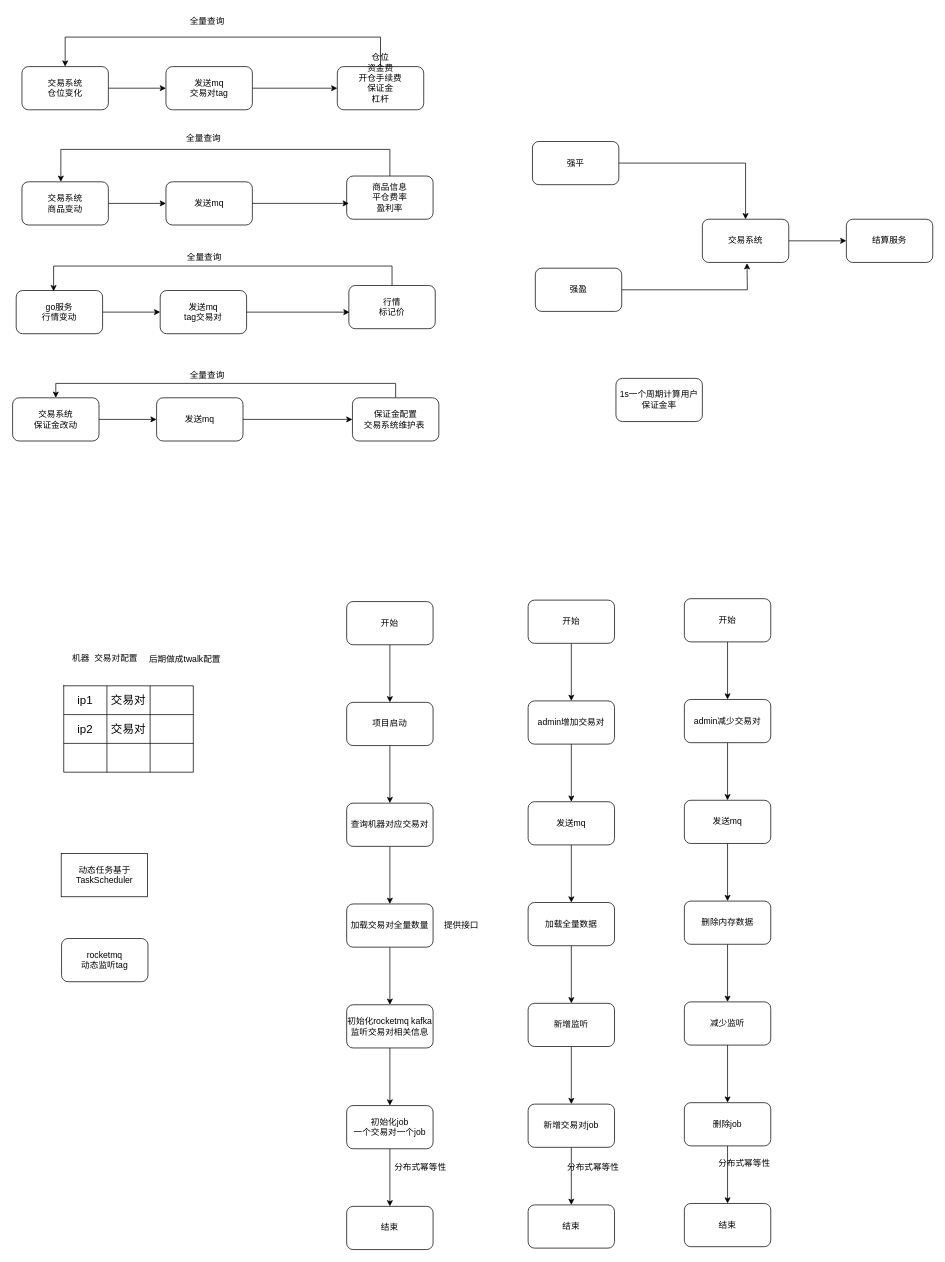
Earlier version of the draw.io diagram page "dex" (3 of 3) of 合约风险限量转U强平.drawio (xu-xiwei/drawio). Source tidied: cells renumbered, new cells numbered last; positions are measured from the earlier drawing's top-left corner, leaving out a move shared by most shapes. Both pictures are drawn from the tidied source at 72%, with x=0, y=0 at pixel (12, 12).
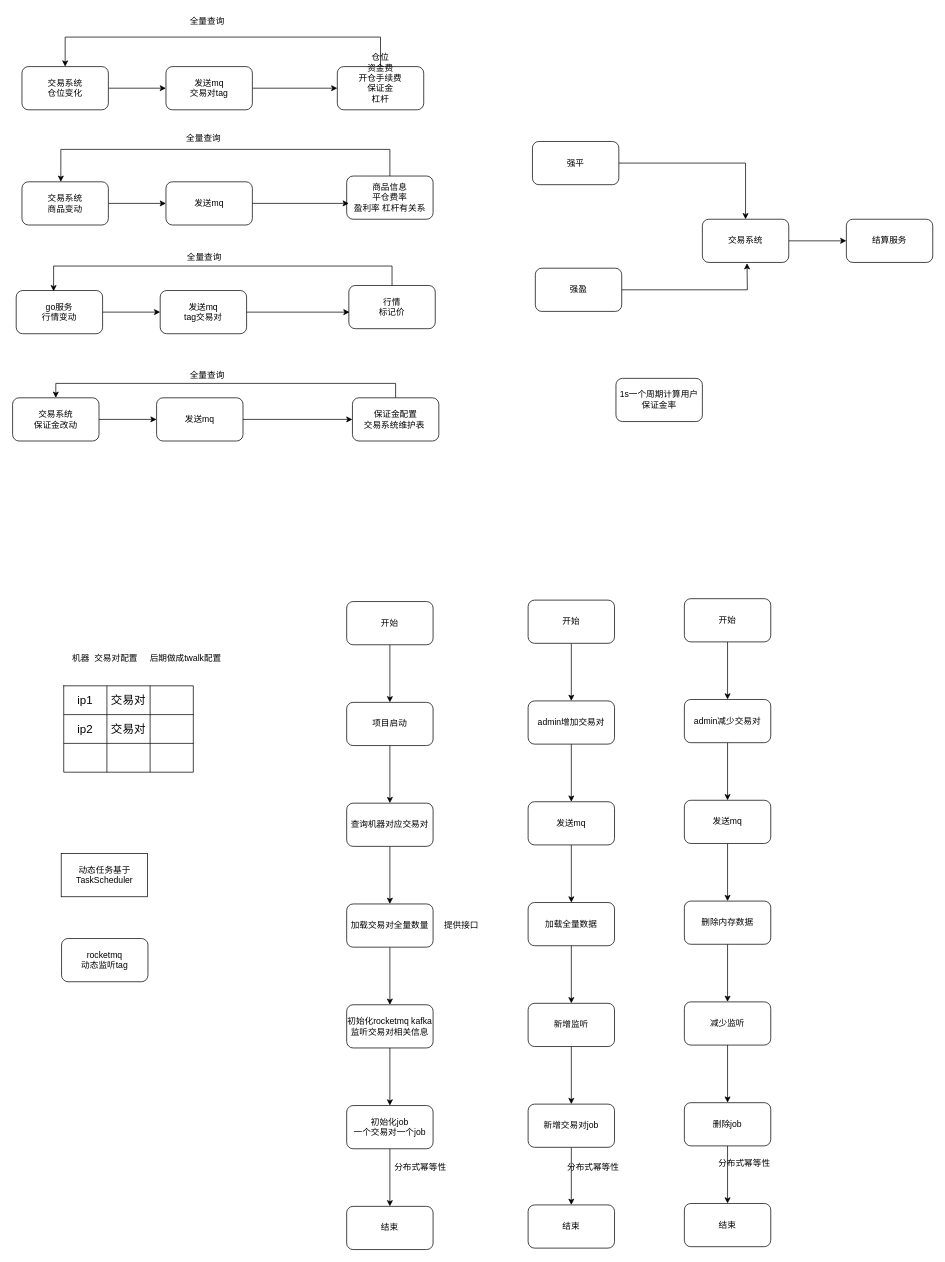
The same page after the edit.

Commit message:
更新合约风险限量转U强平.drawio

The edit, as a diff of the source:
```diff
@@
-    <mxCell id="6" value="商品信息&lt;div&gt;平仓费率&lt;/div&gt;&lt;div&gt;盈利率&lt;/div&gt;" style="rounded=1;whiteSpace=wrap;html=1;" parent="1" vertex="1">
+    <mxCell id="6" value="商品信息&lt;div&gt;平仓费率&lt;/div&gt;&lt;div&gt;盈利率 杠杆有关系&lt;/div&gt;" style="rounded=1;whiteSpace=wrap;html=1;" parent="1" vertex="1">
       <mxGeometry x="464" y="227" width="120" height="60" as="geometry" />
     </mxCell>
@@
     <mxCell id="33" value="后期做成twalk配置" style="text;html=1;align=center;verticalAlign=middle;strokeColor=none;fillColor=none;" parent="1" vertex="1">
-      <mxGeometry x="180" y="886" width="117" height="26" as="geometry" />
+      <mxGeometry x="181" y="884" width="117" height="26" as="geometry" />
     </mxCell>
```
